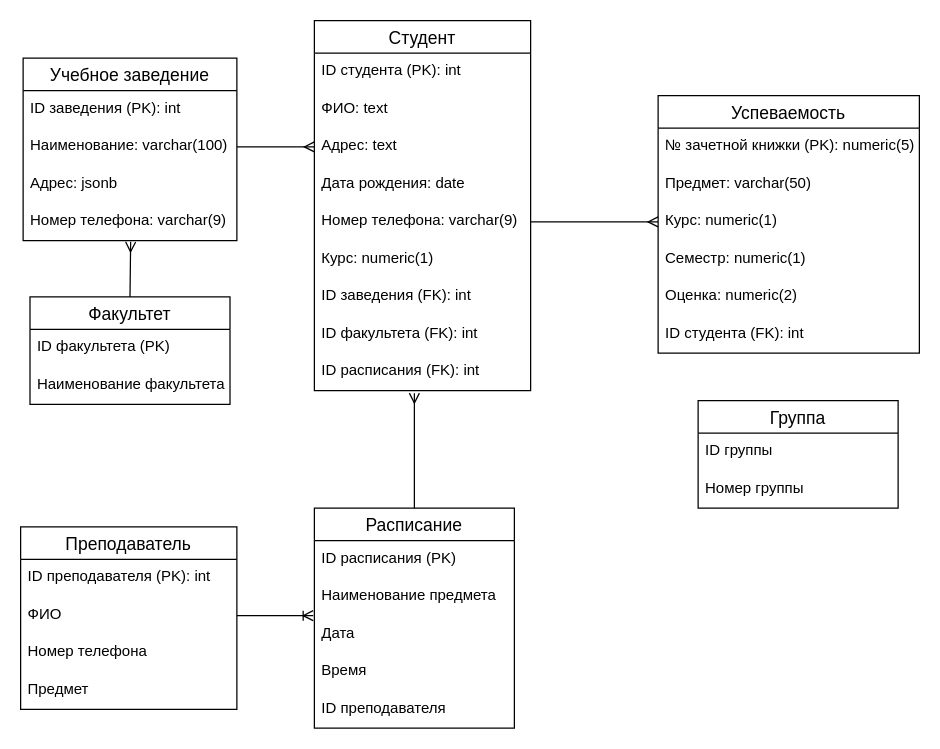
Above: Структура колледжей.drawio in Glebasher123/PostgreSQL_practice (draw.io), before the change. Source tidied: cells renumbered, new cells numbered last; positions are measured from the earlier drawing's top-left corner, leaving out a move shared by most shapes. Both pictures are drawn from the tidied source at 125%, with x=0, y=0 at pixel (20, 20).
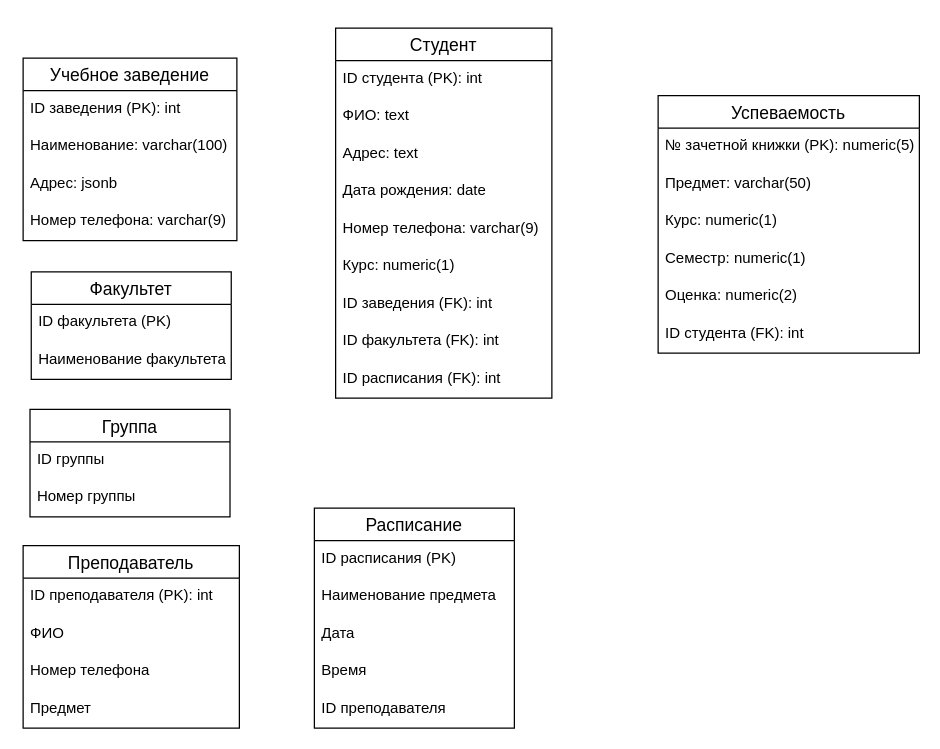
Above is the later version.

Unchanged cells that the change refers to:
```xml
<mxCell id="5" value="Адрес: text" style="text;strokeColor=none;fillColor=none;spacingLeft=4;spacingRight=4;overflow=hidden;points=[[0,0.5],[1,0.5]];portConstraint=eastwest;fontSize=12;" parent="2" vertex="1">
  <mxGeometry y="86" width="173" height="30" as="geometry" />
</mxCell>
<mxCell id="7" value="Номер телефона: varchar(9)" style="text;strokeColor=none;fillColor=none;spacingLeft=4;spacingRight=4;overflow=hidden;points=[[0,0.5],[1,0.5]];portConstraint=eastwest;fontSize=12;" parent="2" vertex="1">
  <mxGeometry y="146" width="173" height="30" as="geometry" />
</mxCell>
<mxCell id="12" value="Расписание" style="swimlane;fontStyle=0;horizontal=1;startSize=26;align=center;fontSize=14;" parent="1" vertex="1">
  <mxGeometry x="235" y="390" width="160" height="176" as="geometry" />
</mxCell>
<mxCell id="14" value="Наименование предмета" style="text;strokeColor=none;fillColor=none;spacingLeft=4;spacingRight=4;overflow=hidden;points=[[0,0.5],[1,0.5]];portConstraint=eastwest;fontSize=12;" parent="12" vertex="1">
  <mxGeometry y="56" width="160" height="30" as="geometry" />
</mxCell>
<mxCell id="24" value="Курс: numeric(1)" style="text;strokeColor=none;fillColor=none;spacingLeft=4;spacingRight=4;overflow=hidden;points=[[0,0.5],[1,0.5]];portConstraint=eastwest;fontSize=12;" parent="21" vertex="1">
  <mxGeometry y="86" width="209" height="30" as="geometry" />
</mxCell>
<mxCell id="30" value="ФИО" style="text;strokeColor=none;fillColor=none;spacingLeft=4;spacingRight=4;overflow=hidden;points=[[0,0.5],[1,0.5]];portConstraint=eastwest;fontSize=12;" parent="28" vertex="1">
  <mxGeometry y="56" width="173" height="30" as="geometry" />
</mxCell>
<mxCell id="35" value="Наименование: varchar(100)" style="text;strokeColor=none;fillColor=none;spacingLeft=4;spacingRight=4;overflow=hidden;points=[[0,0.5],[1,0.5]];portConstraint=eastwest;fontSize=12;" parent="33" vertex="1">
  <mxGeometry y="56" width="171" height="30" as="geometry" />
</mxCell>
<mxCell id="37" value="Номер телефона: varchar(9)" style="text;strokeColor=none;fillColor=none;spacingLeft=4;spacingRight=4;overflow=hidden;points=[[0,0.5],[1,0.5]];portConstraint=eastwest;fontSize=12;" parent="33" vertex="1">
  <mxGeometry y="116" width="171" height="30" as="geometry" />
</mxCell>
```

Change to the diagram source:
```diff
@@
     <mxCell id="2" value="Студент" style="swimlane;fontStyle=0;horizontal=1;startSize=26;align=center;fontSize=14;" parent="1" vertex="1">
-      <mxGeometry x="235" width="173" height="296" as="geometry" />
+      <mxGeometry x="252" y="6" width="173" height="296" as="geometry" />
     </mxCell>
@@
     <mxCell id="18" value="Факультет" style="swimlane;fontStyle=0;horizontal=1;startSize=26;align=center;fontSize=14;" parent="1" vertex="1">
-      <mxGeometry x="7.5" y="221" width="160" height="86" as="geometry" />
+      <mxGeometry x="8.5" y="201" width="160" height="86" as="geometry" />
     </mxCell>
@@
     <mxCell id="28" value="Преподаватель" style="swimlane;fontStyle=0;horizontal=1;startSize=26;align=center;fontSize=14;" parent="1" vertex="1">
-      <mxGeometry y="405" width="173" height="146" as="geometry" />
+      <mxGeometry x="2" y="420" width="173" height="146" as="geometry" />
     </mxCell>
@@
-    <mxCell id="38" style="edgeStyle=entityRelationEdgeStyle;fontSize=12;html=1;endArrow=ERmany;exitX=1;exitY=0.5;exitDx=0;exitDy=0;entryX=0;entryY=0.5;entryDx=0;entryDy=0;" parent="1" edge="1" source="35" target="5">
-      <mxGeometry relative="1" as="geometry" />
-    </mxCell>
-    <mxCell id="39" style="fontSize=12;html=1;endArrow=ERmany;exitX=0.5;exitY=0;exitDx=0;exitDy=0;entryX=0.503;entryY=1.033;entryDx=0;entryDy=0;entryPerimeter=0;" parent="1" edge="1" source="18" target="37">
-      <mxGeometry relative="1" as="geometry" />
-    </mxCell>
-    <mxCell id="40" style="fontSize=12;html=1;endArrow=ERmany;exitX=0.5;exitY=0;exitDx=0;exitDy=0;" parent="1" edge="1" source="12">
-      <mxGeometry relative="1" as="geometry">
-        <mxPoint x="315" y="298" as="targetPoint" />
-      </mxGeometry>
-    </mxCell>
-    <mxCell id="41" style="edgeStyle=entityRelationEdgeStyle;fontSize=12;html=1;endArrow=ERmany;exitX=1;exitY=0.5;exitDx=0;exitDy=0;entryX=0;entryY=0.5;entryDx=0;entryDy=0;" parent="1" edge="1" source="7" target="24">
-      <mxGeometry relative="1" as="geometry" />
-    </mxCell>
-    <mxCell id="42" style="edgeStyle=entityRelationEdgeStyle;fontSize=12;html=1;endArrow=ERoneToMany;exitX=1;exitY=0.5;exitDx=0;exitDy=0;entryX=-0.006;entryY=1;entryDx=0;entryDy=0;entryPerimeter=0;" parent="1" edge="1" source="30" target="14">
-      <mxGeometry relative="1" as="geometry" />
-    </mxCell>
     <mxCell id="43" value="Группа" style="swimlane;fontStyle=0;horizontal=1;startSize=26;align=center;fontSize=14;" parent="1" vertex="1">
-      <mxGeometry x="542" y="304" width="160" height="86" as="geometry" />
+      <mxGeometry x="7.5" y="311" width="160" height="86" as="geometry" />
     </mxCell>
```
